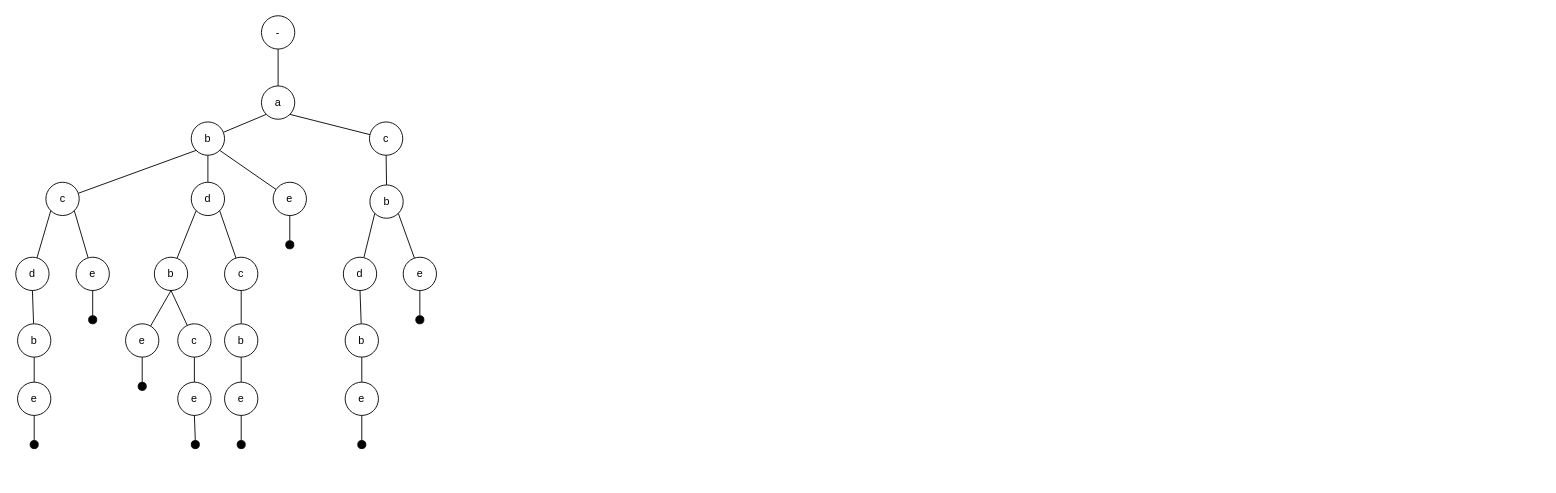
Earlier version of the draw.io diagram page "偏离" (2 of 2) of IWSqifa.drawio (LiLiJacky/graphData). Source tidied: cells renumbered, new cells numbered last; positions are measured from the earlier drawing's top-left corner, leaving out a move shared by most shapes. Both pictures are drawn from the tidied source at 90%, with x=0, y=0 at pixel (15, 15).
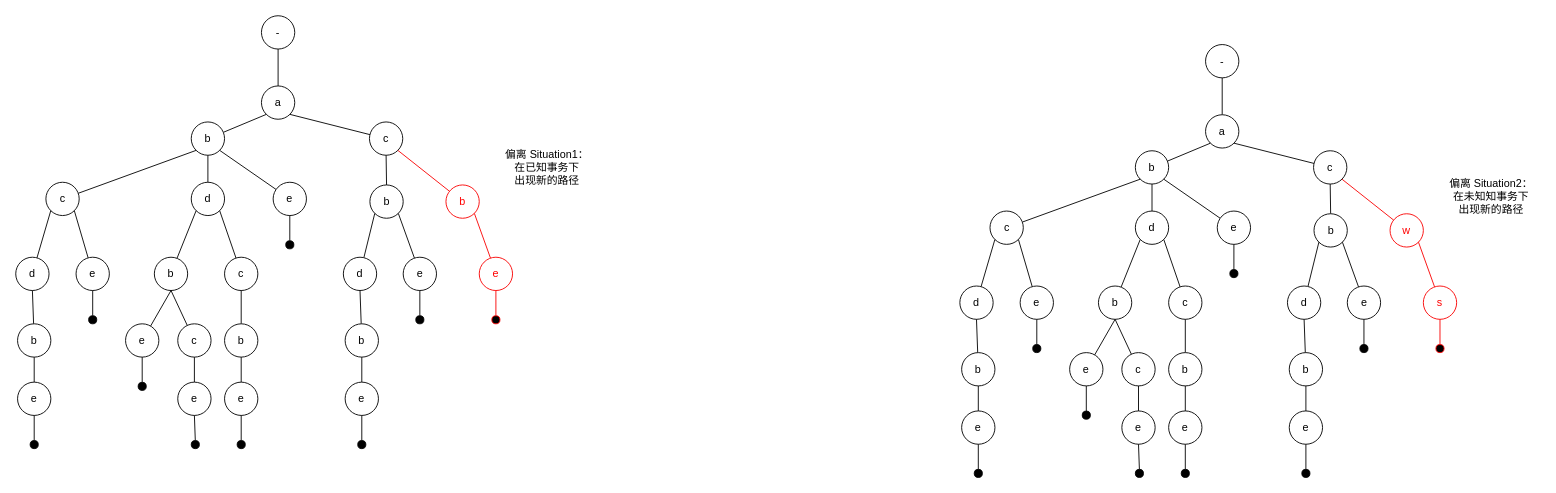
The same diagram, later.

Unchanged cells that the change refers to:
```xml
<mxCell id="8" value="c" style="ellipse;whiteSpace=wrap;html=1;" parent="1" vertex="1">
  <mxGeometry x="393" y="118" width="37" height="37" as="geometry" />
</mxCell>
```

The edit, as a diff of the source:
```diff
@@
+    <mxCell id="63" style="rounded=0;jettySize=auto;html=1;strokeColor=#fa0000;endArrow=none;endFill=0;exitX=1;exitY=1;exitDx=0;exitDy=0;" parent="1" edge="1" source="8" target="64">
+      <mxGeometry relative="1" as="geometry" />
+    </mxCell>
+    <mxCell id="64" value="b" style="ellipse;whiteSpace=wrap;html=1;strokeColor=#fa0000;fontColor=#ff0000;" parent="1" vertex="1">
+      <mxGeometry x="478" y="188" width="37" height="37" as="geometry" />
+    </mxCell>
+    <mxCell id="65" style="rounded=0;jettySize=auto;html=1;strokeColor=#fa0000;endArrow=none;endFill=0;exitX=1;exitY=1;exitDx=0;exitDy=0;" parent="1" edge="1" source="64" target="66">
+      <mxGeometry relative="1" as="geometry" />
+    </mxCell>
+    <mxCell id="66" value="e" style="ellipse;whiteSpace=wrap;html=1;strokeColor=#fa0000;fontColor=#ff0000;" parent="1" vertex="1">
+      <mxGeometry x="515" y="268.3" width="37" height="37" as="geometry" />
+    </mxCell>
+    <mxCell id="67" style="ellipse;whiteSpace=wrap;html=1;labelBackgroundColor=#000000;fillColor=#000000;direction=south;strokeColor=#fa0000;" parent="1" vertex="1">
+      <mxGeometry x="529" y="333.3" width="9" height="9" as="geometry" />
+    </mxCell>
+    <mxCell id="68" style="rounded=0;jettySize=auto;html=1;strokeColor=#fa0000;endArrow=none;endFill=0;entryX=0;entryY=0.5;entryDx=0;entryDy=0;exitX=0.5;exitY=1;exitDx=0;exitDy=0;" parent="1" edge="1" source="66" target="67">
+      <mxGeometry relative="1" as="geometry" />
+    </mxCell>
+    <mxCell id="69" value="偏离 Situation1：&lt;br&gt;在已知事务下&lt;br&gt;出现新的路径" style="text;html=1;align=center;verticalAlign=middle;strokeColor=none;fillColor=none;" parent="1" vertex="1">
+      <mxGeometry x="534" y="141" width="111" height="55" as="geometry" />
+    </mxCell>
+    <mxCell id="70" style="edgeStyle=orthogonalEdgeStyle;rounded=0;jettySize=auto;html=1;strokeColor=default;endArrow=none;endFill=0;" parent="1" edge="1" source="71" target="72">
+      <mxGeometry relative="1" as="geometry" />
+    </mxCell>
+    <mxCell id="71" value="-" style="ellipse;whiteSpace=wrap;html=1;" parent="1" vertex="1">
+      <mxGeometry x="1322" y="32" width="37" height="37" as="geometry" />
+    </mxCell>
+    <mxCell id="72" value="a" style="ellipse;whiteSpace=wrap;html=1;" parent="1" vertex="1">
+      <mxGeometry x="1322" y="110" width="37" height="37" as="geometry" />
+    </mxCell>
+    <mxCell id="73" style="rounded=0;jettySize=auto;html=1;strokeColor=default;endArrow=none;endFill=0;exitX=0;exitY=1;exitDx=0;exitDy=0;" parent="1" edge="1" source="72" target="74">
+      <mxGeometry relative="1" as="geometry" />
+    </mxCell>
+    <mxCell id="74" value="b" style="ellipse;whiteSpace=wrap;html=1;" parent="1" vertex="1">
+      <mxGeometry x="1244" y="150" width="37" height="37" as="geometry" />
+    </mxCell>
+    <mxCell id="75" style="rounded=0;jettySize=auto;html=1;strokeColor=default;endArrow=none;endFill=0;exitX=1;exitY=1;exitDx=0;exitDy=0;" parent="1" edge="1" source="72" target="76">
+      <mxGeometry relative="1" as="geometry" />
+    </mxCell>
+    <mxCell id="76" value="c" style="ellipse;whiteSpace=wrap;html=1;" parent="1" vertex="1">
+      <mxGeometry x="1442" y="150" width="37" height="37" as="geometry" />
+    </mxCell>
+    <mxCell id="77" style="rounded=0;jettySize=auto;html=1;strokeColor=default;endArrow=none;endFill=0;exitX=0;exitY=1;exitDx=0;exitDy=0;" parent="1" edge="1" source="74" target="78">
+      <mxGeometry relative="1" as="geometry" />
+    </mxCell>
+    <mxCell id="78" value="c" style="ellipse;whiteSpace=wrap;html=1;" parent="1" vertex="1">
+      <mxGeometry x="1082.5" y="217" width="37" height="37" as="geometry" />
+    </mxCell>
+    <mxCell id="79" style="rounded=0;jettySize=auto;html=1;strokeColor=default;endArrow=none;endFill=0;exitX=0.5;exitY=1;exitDx=0;exitDy=0;" parent="1" edge="1" source="74" target="80">
+      <mxGeometry relative="1" as="geometry" />
+    </mxCell>
+    <mxCell id="80" value="d" style="ellipse;whiteSpace=wrap;html=1;" parent="1" vertex="1">
+      <mxGeometry x="1244" y="217" width="37" height="37" as="geometry" />
+    </mxCell>
+    <mxCell id="81" style="rounded=0;jettySize=auto;html=1;strokeColor=default;endArrow=none;endFill=0;exitX=1;exitY=1;exitDx=0;exitDy=0;" parent="1" edge="1" source="74" target="82">
+      <mxGeometry relative="1" as="geometry" />
+    </mxCell>
+    <mxCell id="82" value="e" style="ellipse;whiteSpace=wrap;html=1;" parent="1" vertex="1">
+      <mxGeometry x="1335" y="217" width="37" height="37" as="geometry" />
+    </mxCell>
+    <mxCell id="83" style="rounded=0;jettySize=auto;html=1;strokeColor=default;endArrow=none;endFill=0;exitX=0.5;exitY=1;exitDx=0;exitDy=0;" parent="1" edge="1" source="76" target="84">
+      <mxGeometry relative="1" as="geometry" />
+    </mxCell>
+    <mxCell id="84" value="b" style="ellipse;whiteSpace=wrap;html=1;" parent="1" vertex="1">
+      <mxGeometry x="1442.5" y="220" width="37" height="37" as="geometry" />
+    </mxCell>
+    <mxCell id="85" style="rounded=0;jettySize=auto;html=1;strokeColor=default;endArrow=none;endFill=0;exitX=0;exitY=1;exitDx=0;exitDy=0;" parent="1" edge="1" source="78" target="86">
+      <mxGeometry relative="1" as="geometry" />
+    </mxCell>
+    <mxCell id="86" value="d" style="ellipse;whiteSpace=wrap;html=1;" parent="1" vertex="1">
+      <mxGeometry x="1049" y="300.3" width="37" height="37" as="geometry" />
+    </mxCell>
+    <mxCell id="87" style="rounded=0;jettySize=auto;html=1;strokeColor=default;endArrow=none;endFill=0;exitX=1;exitY=1;exitDx=0;exitDy=0;" parent="1" edge="1" source="78" target="88">
+      <mxGeometry relative="1" as="geometry" />
+    </mxCell>
+    <mxCell id="88" value="e" style="ellipse;whiteSpace=wrap;html=1;" parent="1" vertex="1">
+      <mxGeometry x="1116" y="300.3" width="37" height="37" as="geometry" />
+    </mxCell>
+    <mxCell id="89" style="rounded=0;jettySize=auto;html=1;strokeColor=default;endArrow=none;endFill=0;exitX=0.5;exitY=1;exitDx=0;exitDy=0;" parent="1" edge="1" source="86" target="90">
+      <mxGeometry relative="1" as="geometry" />
+    </mxCell>
+    <mxCell id="90" value="b" style="ellipse;whiteSpace=wrap;html=1;" parent="1" vertex="1">
+      <mxGeometry x="1051" y="374.3" width="37" height="37" as="geometry" />
+    </mxCell>
+    <mxCell id="91" style="rounded=0;jettySize=auto;html=1;strokeColor=default;endArrow=none;endFill=0;exitX=0.5;exitY=1;exitDx=0;exitDy=0;" parent="1" edge="1" source="90" target="92">
+      <mxGeometry relative="1" as="geometry" />
+    </mxCell>
+    <mxCell id="92" value="e" style="ellipse;whiteSpace=wrap;html=1;" parent="1" vertex="1">
+      <mxGeometry x="1051" y="439.1" width="37" height="37" as="geometry" />
+    </mxCell>
+    <mxCell id="93" style="rounded=0;jettySize=auto;html=1;strokeColor=default;endArrow=none;endFill=0;exitX=0;exitY=1;exitDx=0;exitDy=0;" parent="1" edge="1" source="80" target="94">
+      <mxGeometry relative="1" as="geometry" />
+    </mxCell>
+    <mxCell id="94" value="b" style="ellipse;whiteSpace=wrap;html=1;" parent="1" vertex="1">
+      <mxGeometry x="1203" y="300.3" width="37" height="37" as="geometry" />
+    </mxCell>
+    <mxCell id="95" style="rounded=0;jettySize=auto;html=1;strokeColor=default;endArrow=none;endFill=0;exitX=1;exitY=1;exitDx=0;exitDy=0;" parent="1" edge="1" source="80" target="96">
+      <mxGeometry relative="1" as="geometry" />
+    </mxCell>
+    <mxCell id="96" value="c" style="ellipse;whiteSpace=wrap;html=1;" parent="1" vertex="1">
+      <mxGeometry x="1281" y="300.3" width="37" height="37" as="geometry" />
+    </mxCell>
+    <mxCell id="97" style="rounded=0;jettySize=auto;html=1;strokeColor=default;endArrow=none;endFill=0;exitX=0.5;exitY=1;exitDx=0;exitDy=0;" parent="1" edge="1" source="94" target="98">
+      <mxGeometry relative="1" as="geometry" />
+    </mxCell>
+    <mxCell id="98" value="e" style="ellipse;whiteSpace=wrap;html=1;" parent="1" vertex="1">
+      <mxGeometry x="1171" y="374.3" width="37" height="37" as="geometry" />
+    </mxCell>
+    <mxCell id="99" style="rounded=0;jettySize=auto;html=1;strokeColor=default;endArrow=none;endFill=0;exitX=0.5;exitY=1;exitDx=0;exitDy=0;" parent="1" edge="1" source="94" target="100">
+      <mxGeometry relative="1" as="geometry" />
+    </mxCell>
+    <mxCell id="100" value="c" style="ellipse;whiteSpace=wrap;html=1;" parent="1" vertex="1">
+      <mxGeometry x="1229" y="374.3" width="37" height="37" as="geometry" />
+    </mxCell>
+    <mxCell id="101" style="rounded=0;jettySize=auto;html=1;strokeColor=default;endArrow=none;endFill=0;exitX=0.5;exitY=1;exitDx=0;exitDy=0;" parent="1" edge="1" source="100" target="102">
+      <mxGeometry relative="1" as="geometry" />
+    </mxCell>
+    <mxCell id="102" value="e" style="ellipse;whiteSpace=wrap;html=1;" parent="1" vertex="1">
+      <mxGeometry x="1229" y="439.1" width="37" height="37" as="geometry" />
+    </mxCell>
+    <mxCell id="103" style="rounded=0;jettySize=auto;html=1;strokeColor=default;endArrow=none;endFill=0;exitX=0.5;exitY=1;exitDx=0;exitDy=0;" parent="1" edge="1" source="96" target="104">
+      <mxGeometry relative="1" as="geometry" />
+    </mxCell>
+    <mxCell id="104" value="b" style="ellipse;whiteSpace=wrap;html=1;" parent="1" vertex="1">
+      <mxGeometry x="1281" y="374.3" width="37" height="37" as="geometry" />
+    </mxCell>
+    <mxCell id="105" style="rounded=0;jettySize=auto;html=1;strokeColor=default;endArrow=none;endFill=0;exitX=0.5;exitY=1;exitDx=0;exitDy=0;" parent="1" edge="1" source="104" target="106">
+      <mxGeometry relative="1" as="geometry" />
+    </mxCell>
+    <mxCell id="106" value="e" style="ellipse;whiteSpace=wrap;html=1;" parent="1" vertex="1">
+      <mxGeometry x="1281" y="439.1" width="37" height="37" as="geometry" />
+    </mxCell>
+    <mxCell id="107" style="rounded=0;jettySize=auto;html=1;strokeColor=default;endArrow=none;endFill=0;exitX=0;exitY=1;exitDx=0;exitDy=0;" parent="1" edge="1" source="84" target="108">
+      <mxGeometry relative="1" as="geometry" />
+    </mxCell>
+    <mxCell id="108" value="d" style="ellipse;whiteSpace=wrap;html=1;" parent="1" vertex="1">
+      <mxGeometry x="1413" y="300.3" width="37" height="37" as="geometry" />
+    </mxCell>
+    <mxCell id="109" style="rounded=0;jettySize=auto;html=1;strokeColor=default;endArrow=none;endFill=0;exitX=0.5;exitY=1;exitDx=0;exitDy=0;" parent="1" edge="1" source="108" target="110">
+      <mxGeometry relative="1" as="geometry" />
+    </mxCell>
+    <mxCell id="110" value="b" style="ellipse;whiteSpace=wrap;html=1;" parent="1" vertex="1">
+      <mxGeometry x="1415" y="374.3" width="37" height="37" as="geometry" />
+    </mxCell>
+    <mxCell id="111" style="rounded=0;jettySize=auto;html=1;strokeColor=default;endArrow=none;endFill=0;exitX=0.5;exitY=1;exitDx=0;exitDy=0;" parent="1" edge="1" source="110" target="112">
+      <mxGeometry relative="1" as="geometry" />
+    </mxCell>
+    <mxCell id="112" value="e" style="ellipse;whiteSpace=wrap;html=1;" parent="1" vertex="1">
+      <mxGeometry x="1415" y="439.1" width="37" height="37" as="geometry" />
+    </mxCell>
+    <mxCell id="113" style="rounded=0;jettySize=auto;html=1;strokeColor=default;endArrow=none;endFill=0;exitX=1;exitY=1;exitDx=0;exitDy=0;" parent="1" edge="1" source="84" target="114">
+      <mxGeometry relative="1" as="geometry" />
+    </mxCell>
+    <mxCell id="114" value="e" style="ellipse;whiteSpace=wrap;html=1;" parent="1" vertex="1">
+      <mxGeometry x="1479.5" y="300.3" width="37" height="37" as="geometry" />
+    </mxCell>
+    <mxCell id="115" style="ellipse;whiteSpace=wrap;html=1;labelBackgroundColor=#000000;fillColor=#000000;" parent="1" vertex="1">
+      <mxGeometry x="1065" y="504" width="9" height="9" as="geometry" />
+    </mxCell>
+    <mxCell id="116" style="rounded=0;jettySize=auto;html=1;strokeColor=default;endArrow=none;endFill=0;exitX=0.5;exitY=1;exitDx=0;exitDy=0;entryX=0.5;entryY=0;entryDx=0;entryDy=0;" parent="1" edge="1" source="92" target="115">
+      <mxGeometry relative="1" as="geometry" />
+    </mxCell>
+    <mxCell id="117" style="ellipse;whiteSpace=wrap;html=1;labelBackgroundColor=#000000;fillColor=#000000;direction=south;" parent="1" vertex="1">
+      <mxGeometry x="1130" y="365.3" width="9" height="9" as="geometry" />
+    </mxCell>
+    <mxCell id="118" style="rounded=0;jettySize=auto;html=1;strokeColor=default;endArrow=none;endFill=0;exitX=0.5;exitY=1;exitDx=0;exitDy=0;entryX=0;entryY=0.5;entryDx=0;entryDy=0;" parent="1" edge="1" source="88" target="117">
+      <mxGeometry relative="1" as="geometry" />
+    </mxCell>
+    <mxCell id="119" style="ellipse;whiteSpace=wrap;html=1;labelBackgroundColor=#000000;fillColor=#000000;direction=south;" parent="1" vertex="1">
+      <mxGeometry x="1185" y="439.3" width="9" height="9" as="geometry" />
+    </mxCell>
+    <mxCell id="120" style="rounded=0;jettySize=auto;html=1;strokeColor=default;endArrow=none;endFill=0;entryX=0;entryY=0.5;entryDx=0;entryDy=0;" parent="1" edge="1" source="98" target="119">
+      <mxGeometry relative="1" as="geometry" />
+    </mxCell>
+    <mxCell id="121" style="ellipse;whiteSpace=wrap;html=1;labelBackgroundColor=#000000;fillColor=#000000;direction=south;" parent="1" vertex="1">
+      <mxGeometry x="1244" y="504" width="9" height="9" as="geometry" />
+    </mxCell>
+    <mxCell id="122" style="ellipse;whiteSpace=wrap;html=1;labelBackgroundColor=#000000;fillColor=#000000;direction=south;" parent="1" vertex="1">
+      <mxGeometry x="1295" y="504" width="9" height="9" as="geometry" />
+    </mxCell>
+    <mxCell id="123" style="ellipse;whiteSpace=wrap;html=1;labelBackgroundColor=#000000;fillColor=#000000;direction=south;" parent="1" vertex="1">
+      <mxGeometry x="1349" y="282" width="9" height="9" as="geometry" />
+    </mxCell>
+    <mxCell id="124" style="ellipse;whiteSpace=wrap;html=1;labelBackgroundColor=#000000;fillColor=#000000;direction=south;" parent="1" vertex="1">
+      <mxGeometry x="1429" y="504" width="9" height="9" as="geometry" />
+    </mxCell>
+    <mxCell id="125" style="ellipse;whiteSpace=wrap;html=1;labelBackgroundColor=#000000;fillColor=#000000;direction=south;" parent="1" vertex="1">
+      <mxGeometry x="1493.5" y="365.3" width="9" height="9" as="geometry" />
+    </mxCell>
+    <mxCell id="126" style="rounded=0;jettySize=auto;html=1;strokeColor=default;endArrow=none;endFill=0;entryX=0;entryY=0.5;entryDx=0;entryDy=0;exitX=0.5;exitY=1;exitDx=0;exitDy=0;" parent="1" edge="1" source="82" target="123">
+      <mxGeometry relative="1" as="geometry" />
+    </mxCell>
+    <mxCell id="127" style="rounded=0;jettySize=auto;html=1;strokeColor=default;endArrow=none;endFill=0;entryX=0;entryY=0.5;entryDx=0;entryDy=0;exitX=0.5;exitY=1;exitDx=0;exitDy=0;" parent="1" edge="1" source="102" target="121">
+      <mxGeometry relative="1" as="geometry" />
+    </mxCell>
+    <mxCell id="128" style="rounded=0;jettySize=auto;html=1;strokeColor=default;endArrow=none;endFill=0;entryX=0;entryY=0.5;entryDx=0;entryDy=0;exitX=0.5;exitY=1;exitDx=0;exitDy=0;" parent="1" edge="1" source="106" target="122">
+      <mxGeometry relative="1" as="geometry" />
+    </mxCell>
+    <mxCell id="129" style="rounded=0;jettySize=auto;html=1;strokeColor=default;endArrow=none;endFill=0;entryX=0;entryY=0.5;entryDx=0;entryDy=0;exitX=0.5;exitY=1;exitDx=0;exitDy=0;" parent="1" edge="1" source="112" target="124">
+      <mxGeometry relative="1" as="geometry" />
+    </mxCell>
+    <mxCell id="130" style="rounded=0;jettySize=auto;html=1;strokeColor=default;endArrow=none;endFill=0;entryX=0;entryY=0.5;entryDx=0;entryDy=0;exitX=0.5;exitY=1;exitDx=0;exitDy=0;" parent="1" edge="1" source="114" target="125">
+      <mxGeometry relative="1" as="geometry" />
+    </mxCell>
+    <mxCell id="131" style="rounded=0;jettySize=auto;html=1;strokeColor=#fa0000;endArrow=none;endFill=0;exitX=1;exitY=1;exitDx=0;exitDy=0;" parent="1" edge="1" source="76" target="132">
+      <mxGeometry relative="1" as="geometry" />
+    </mxCell>
+    <mxCell id="132" value="w" style="ellipse;whiteSpace=wrap;html=1;strokeColor=#fa0000;fontColor=#ff0000;" parent="1" vertex="1">
+      <mxGeometry x="1527" y="220" width="37" height="37" as="geometry" />
+    </mxCell>
+    <mxCell id="133" style="rounded=0;jettySize=auto;html=1;strokeColor=#fa0000;endArrow=none;endFill=0;exitX=1;exitY=1;exitDx=0;exitDy=0;" parent="1" edge="1" source="132" target="134">
+      <mxGeometry relative="1" as="geometry" />
+    </mxCell>
+    <mxCell id="134" value="s" style="ellipse;whiteSpace=wrap;html=1;strokeColor=#fa0000;fontColor=#ff0000;" parent="1" vertex="1">
+      <mxGeometry x="1564" y="300.3" width="37" height="37" as="geometry" />
+    </mxCell>
+    <mxCell id="135" style="ellipse;whiteSpace=wrap;html=1;labelBackgroundColor=#000000;fillColor=#000000;direction=south;strokeColor=#fa0000;" parent="1" vertex="1">
+      <mxGeometry x="1578" y="365.3" width="9" height="9" as="geometry" />
+    </mxCell>
+    <mxCell id="136" style="rounded=0;jettySize=auto;html=1;strokeColor=#fa0000;endArrow=none;endFill=0;entryX=0;entryY=0.5;entryDx=0;entryDy=0;exitX=0.5;exitY=1;exitDx=0;exitDy=0;" parent="1" edge="1" source="134" target="135">
+      <mxGeometry relative="1" as="geometry" />
+    </mxCell>
+    <mxCell id="137" value="偏离 Situation2：&lt;br&gt;在未知知事务下&lt;br&gt;出现新的路径" style="text;html=1;align=center;verticalAlign=middle;strokeColor=none;fillColor=none;" parent="1" vertex="1">
+      <mxGeometry x="1583" y="173" width="111" height="55" as="geometry" />
+    </mxCell>
```
